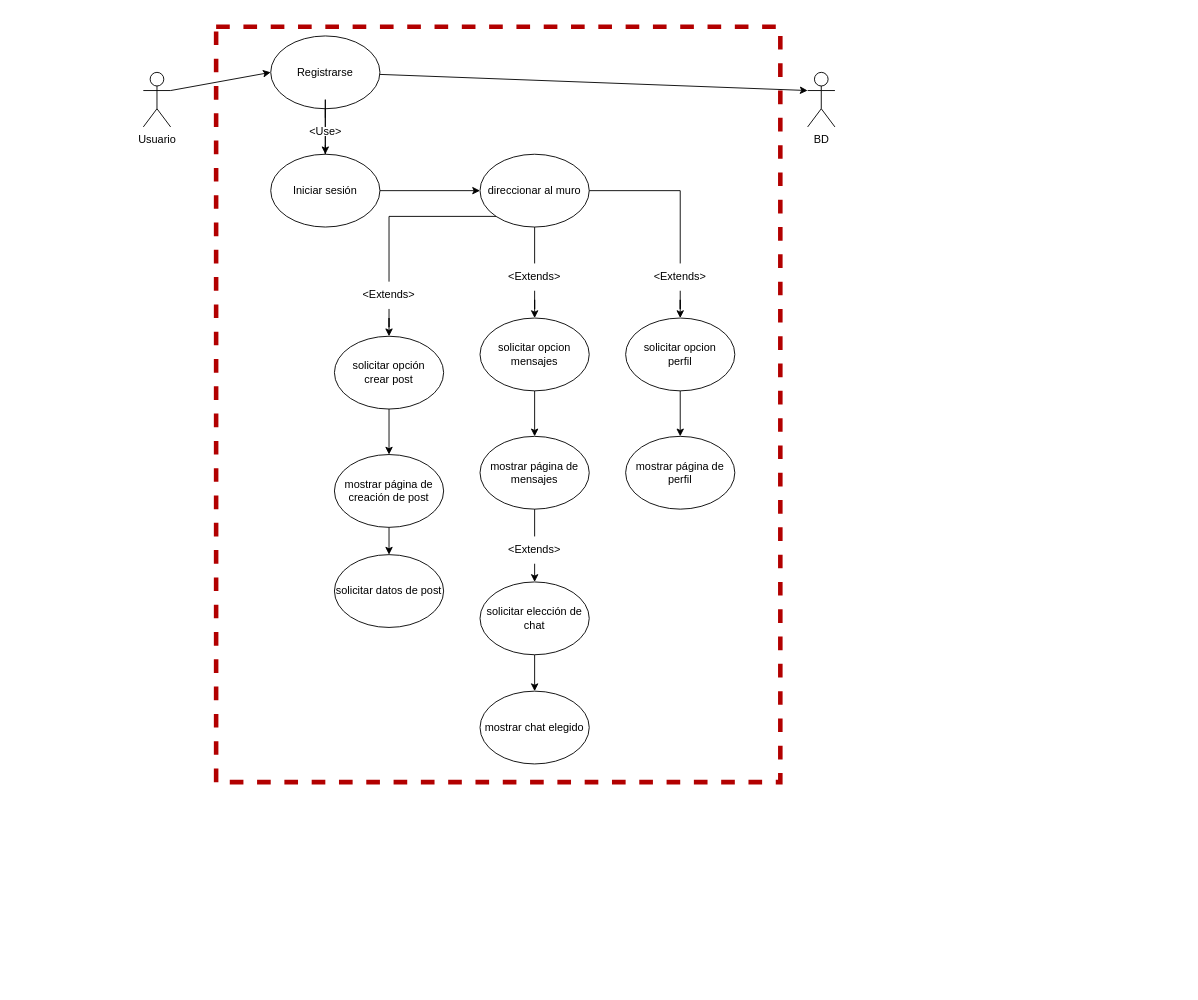
chispamaya/Tecnologia-SoftLution-CO- keeps this draw.io diagram as CASO DE USO Tecnologia.drawio. Above is the earlier version. Source tidied: cells renumbered, new cells numbered last; positions are measured from the earlier drawing's top-left corner, leaving out a move shared by most shapes. Both pictures are drawn from the tidied source at 91%, with x=0, y=0 at pixel (143, 26).
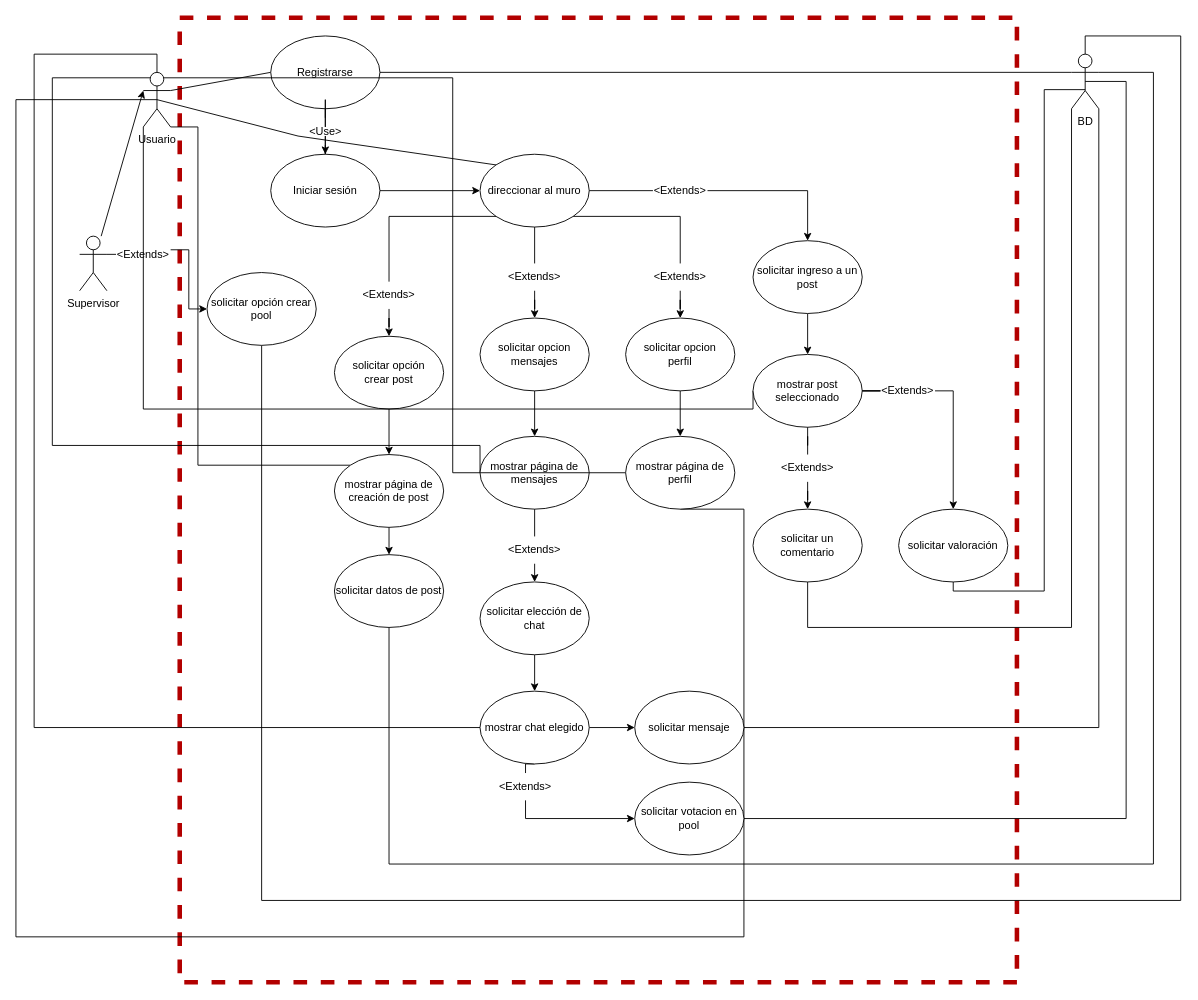
The same diagram, later.

Unchanged cells that the change refers to:
```xml
<mxCell id="3" value="Usuario" style="shape=umlActor;verticalLabelPosition=bottom;verticalAlign=top;html=1;outlineConnect=0;" parent="1" vertex="1">
  <mxGeometry y="50" width="30" height="60" as="geometry" />
</mxCell>
<mxCell id="6" value="Registrarse" style="ellipse;whiteSpace=wrap;html=1;" parent="1" vertex="1">
  <mxGeometry x="140" y="10" width="120" height="80" as="geometry" />
</mxCell>
<mxCell id="13" value="direccionar al muro" style="ellipse;whiteSpace=wrap;html=1;" parent="1" vertex="1">
  <mxGeometry x="370" y="140" width="120" height="80" as="geometry" />
</mxCell>
<mxCell id="23" value="&amp;lt;Extends&amp;gt;" style="text;html=1;strokeColor=none;fillColor=none;align=center;verticalAlign=middle;whiteSpace=wrap;rounded=0;" parent="1" vertex="1">
  <mxGeometry x="560" y="260" width="60" height="30" as="geometry" />
</mxCell>
<mxCell id="30" value="mostrar página de creación de post" style="ellipse;whiteSpace=wrap;html=1;" parent="1" vertex="1">
  <mxGeometry x="210" y="470" width="120" height="80" as="geometry" />
</mxCell>
<mxCell id="31" value="solicitar datos de post" style="ellipse;whiteSpace=wrap;html=1;" parent="1" vertex="1">
  <mxGeometry x="210" y="580" width="120" height="80" as="geometry" />
</mxCell>
<mxCell id="33" value="mostrar página de mensajes" style="ellipse;whiteSpace=wrap;html=1;" parent="1" vertex="1">
  <mxGeometry x="370" y="450" width="120" height="80" as="geometry" />
</mxCell>
<mxCell id="38" value="mostrar chat elegido" style="ellipse;whiteSpace=wrap;html=1;" parent="1" vertex="1">
  <mxGeometry x="370" y="730" width="120" height="80" as="geometry" />
</mxCell>
<mxCell id="39" value="mostrar página de perfil" style="ellipse;whiteSpace=wrap;html=1;" parent="1" vertex="1">
  <mxGeometry x="530" y="450" width="120" height="80" as="geometry" />
</mxCell>
```

The edit, as a diff of the source:
```diff
@@
+    <mxCell id="14" style="rounded=0;whiteSpace=wrap;html=1;fillColor=none;dashed=1;strokeColor=#B20000;fontColor=#ffffff;strokeWidth=5;" parent="1" vertex="1">
+      <mxGeometry x="40" y="-10" width="920" height="1060" as="geometry" />
+    </mxCell>
-    <mxCell id="2" style="rounded=0;jettySize=auto;html=1;exitX=1;exitY=0.3333333333333333;exitDx=0;exitDy=0;exitPerimeter=0;entryX=0;entryY=0.5;entryDx=0;entryDy=0;" parent="1" edge="1" source="3" target="6">
+    <mxCell id="2" style="rounded=0;jettySize=auto;html=1;exitX=1;exitY=0.3333333333333333;exitDx=0;exitDy=0;exitPerimeter=0;entryX=0;entryY=0.5;entryDx=0;entryDy=0;endArrow=none;endFill=0;" parent="1" edge="1" source="3" target="6">
       <mxGeometry relative="1" as="geometry" />
     </mxCell>
@@
-    <mxCell id="5" style="rounded=0;jettySize=auto;html=1;entryX=0;entryY=0.3333333333333333;entryDx=0;entryDy=0;entryPerimeter=0;" parent="1" edge="1" source="6" target="11">
+    <mxCell id="5" style="rounded=0;jettySize=auto;html=1;entryX=0;entryY=0.3333333333333333;entryDx=0;entryDy=0;entryPerimeter=0;endArrow=none;endFill=0;" parent="1" edge="1" source="6" target="11">
       <mxGeometry relative="1" as="geometry" />
     </mxCell>
@@
     <mxCell id="11" value="BD" style="shape=umlActor;verticalLabelPosition=bottom;verticalAlign=top;html=1;outlineConnect=0;" parent="1" vertex="1">
-      <mxGeometry x="730" y="50" width="30" height="60" as="geometry" />
+      <mxGeometry x="1020" y="30" width="30" height="60" as="geometry" />
     </mxCell>
@@
+    <mxCell id="40" style="edgeStyle=orthogonalEdgeStyle;rounded=0;jettySize=auto;html=1;exitX=1;exitY=0.5;exitDx=0;exitDy=0;entryX=0.5;entryY=0;entryDx=0;entryDy=0;" parent="1" edge="1" source="56" target="54">
+      <mxGeometry relative="1" as="geometry" />
+    </mxCell>
+    <mxCell id="41" style="rounded=0;jettySize=auto;html=1;exitX=0;exitY=0;exitDx=0;exitDy=0;entryX=0.5;entryY=0.5;entryDx=0;entryDy=0;entryPerimeter=0;endArrow=none;endFill=0;" parent="1" edge="1" source="13" target="3">
+      <mxGeometry relative="1" as="geometry">
+        <Array as="points">
+          <mxPoint x="170" y="120" />
+        </Array>
+      </mxGeometry>
+    </mxCell>
@@
-    <mxCell id="14" style="rounded=0;whiteSpace=wrap;html=1;fillColor=none;dashed=1;strokeColor=#B20000;fontColor=#ffffff;strokeWidth=5;" parent="1" vertex="1">
-      <mxGeometry x="80" width="620" height="830" as="geometry" />
-    </mxCell>
@@
-    <mxCell id="22" style="edgeStyle=orthogonalEdgeStyle;rounded=0;jettySize=auto;html=1;exitX=1;exitY=0.5;exitDx=0;exitDy=0;endArrow=none;endFill=0;" parent="1" edge="1" source="13" target="23">
+    <mxCell id="22" style="edgeStyle=orthogonalEdgeStyle;rounded=0;jettySize=auto;html=1;exitX=1;exitY=1;exitDx=0;exitDy=0;endArrow=none;endFill=0;" parent="1" edge="1" source="13" target="23">
       <mxGeometry relative="1" as="geometry" />
     </mxCell>
@@
+    <mxCell id="42" style="edgeStyle=orthogonalEdgeStyle;rounded=0;jettySize=auto;html=1;exitX=0;exitY=0;exitDx=0;exitDy=0;entryX=1;entryY=1;entryDx=0;entryDy=0;entryPerimeter=0;endArrow=none;endFill=0;" parent="1" edge="1" source="30" target="3">
+      <mxGeometry relative="1" as="geometry">
+        <Array as="points">
+          <mxPoint x="60" y="482" />
+          <mxPoint x="60" y="110" />
+        </Array>
+      </mxGeometry>
+    </mxCell>
@@
+    <mxCell id="43" style="edgeStyle=orthogonalEdgeStyle;rounded=0;jettySize=auto;html=1;exitX=0.5;exitY=1;exitDx=0;exitDy=0;entryX=1;entryY=0.3333333333333333;entryDx=0;entryDy=0;entryPerimeter=0;endArrow=none;endFill=0;" parent="1" edge="1" source="31" target="11">
+      <mxGeometry relative="1" as="geometry">
+        <Array as="points">
+          <mxPoint x="270" y="920" />
+          <mxPoint x="1110" y="920" />
+          <mxPoint x="1110" y="50" />
+        </Array>
+      </mxGeometry>
+    </mxCell>
@@
+    <mxCell id="44" style="edgeStyle=orthogonalEdgeStyle;rounded=0;jettySize=auto;html=1;exitX=0;exitY=0.5;exitDx=0;exitDy=0;entryX=0.25;entryY=0.1;entryDx=0;entryDy=0;entryPerimeter=0;endArrow=none;endFill=0;" parent="1" edge="1" source="33" target="3">
+      <mxGeometry relative="1" as="geometry">
+        <Array as="points">
+          <mxPoint x="370" y="460" />
+          <mxPoint x="-100" y="460" />
+          <mxPoint x="-100" y="56" />
+        </Array>
+      </mxGeometry>
+    </mxCell>
@@
+    <mxCell id="45" style="edgeStyle=orthogonalEdgeStyle;rounded=0;jettySize=auto;html=1;exitX=1;exitY=0.5;exitDx=0;exitDy=0;" parent="1" edge="1" source="38" target="52">
+      <mxGeometry relative="1" as="geometry" />
+    </mxCell>
+    <mxCell id="46" style="edgeStyle=orthogonalEdgeStyle;rounded=0;jettySize=auto;html=1;exitX=0.5;exitY=1;exitDx=0;exitDy=0;entryX=0;entryY=0.5;entryDx=0;entryDy=0;" parent="1" edge="1" source="71" target="70">
+      <mxGeometry relative="1" as="geometry" />
+    </mxCell>
+    <mxCell id="47" style="edgeStyle=orthogonalEdgeStyle;rounded=0;jettySize=auto;html=1;exitX=0.5;exitY=1;exitDx=0;exitDy=0;entryX=0.5;entryY=0;entryDx=0;entryDy=0;endArrow=none;endFill=0;" parent="1" edge="1" source="38" target="71">
+      <mxGeometry relative="1" as="geometry" />
+    </mxCell>
+    <mxCell id="48" style="edgeStyle=orthogonalEdgeStyle;rounded=0;jettySize=auto;html=1;exitX=0;exitY=0.5;exitDx=0;exitDy=0;entryX=0.5;entryY=0;entryDx=0;entryDy=0;entryPerimeter=0;endArrow=none;endFill=0;" parent="1" edge="1" source="38" target="3">
+      <mxGeometry relative="1" as="geometry">
+        <Array as="points">
+          <mxPoint x="-120" y="770" />
+          <mxPoint x="-120" y="30" />
+          <mxPoint x="15" y="30" />
+        </Array>
+      </mxGeometry>
+    </mxCell>
@@
+    <mxCell id="49" style="edgeStyle=orthogonalEdgeStyle;rounded=0;jettySize=auto;html=1;exitX=0.5;exitY=1;exitDx=0;exitDy=0;entryX=0.5;entryY=0.5;entryDx=0;entryDy=0;entryPerimeter=0;endArrow=none;endFill=0;" parent="1" edge="1" source="39" target="3">
+      <mxGeometry relative="1" as="geometry">
+        <Array as="points">
+          <mxPoint x="660" y="530" />
+          <mxPoint x="660" y="1000" />
+          <mxPoint x="-140" y="1000" />
+          <mxPoint x="-140" y="80" />
+        </Array>
+      </mxGeometry>
+    </mxCell>
+    <mxCell id="50" style="edgeStyle=orthogonalEdgeStyle;rounded=0;jettySize=auto;html=1;exitX=0;exitY=0.5;exitDx=0;exitDy=0;entryX=0.75;entryY=0.1;entryDx=0;entryDy=0;entryPerimeter=0;endArrow=none;endFill=0;" parent="1" edge="1" source="39" target="3">
+      <mxGeometry relative="1" as="geometry">
+        <Array as="points">
+          <mxPoint x="340" y="490" />
+          <mxPoint x="340" y="56" />
+        </Array>
+      </mxGeometry>
+    </mxCell>
@@
+    <mxCell id="51" style="edgeStyle=orthogonalEdgeStyle;rounded=0;jettySize=auto;html=1;exitX=1;exitY=0.5;exitDx=0;exitDy=0;entryX=1;entryY=1;entryDx=0;entryDy=0;entryPerimeter=0;endArrow=none;endFill=0;" parent="1" edge="1" source="52" target="11">
+      <mxGeometry relative="1" as="geometry" />
+    </mxCell>
+    <mxCell id="52" value="solicitar mensaje" style="ellipse;whiteSpace=wrap;html=1;" parent="1" vertex="1">
+      <mxGeometry x="540" y="730" width="120" height="80" as="geometry" />
+    </mxCell>
+    <mxCell id="53" style="edgeStyle=orthogonalEdgeStyle;rounded=0;jettySize=auto;html=1;exitX=0.5;exitY=1;exitDx=0;exitDy=0;" parent="1" edge="1" source="54" target="60">
+      <mxGeometry relative="1" as="geometry" />
+    </mxCell>
+    <mxCell id="54" value="solicitar ingreso a un post" style="ellipse;whiteSpace=wrap;html=1;" parent="1" vertex="1">
+      <mxGeometry x="670" y="235" width="120" height="80" as="geometry" />
+    </mxCell>
+    <mxCell id="55" style="edgeStyle=orthogonalEdgeStyle;rounded=0;jettySize=auto;html=1;exitX=1;exitY=0.5;exitDx=0;exitDy=0;entryX=0;entryY=0.5;entryDx=0;entryDy=0;endArrow=none;endFill=0;" parent="1" edge="1" source="13" target="56">
+      <mxGeometry relative="1" as="geometry" />
+    </mxCell>
+    <mxCell id="56" value="&amp;lt;Extends&amp;gt;" style="text;html=1;strokeColor=none;fillColor=none;align=center;verticalAlign=middle;whiteSpace=wrap;rounded=0;" parent="1" vertex="1">
+      <mxGeometry x="560" y="165" width="60" height="30" as="geometry" />
+    </mxCell>
+    <mxCell id="57" style="edgeStyle=orthogonalEdgeStyle;rounded=0;jettySize=auto;html=1;exitX=0.5;exitY=1;exitDx=0;exitDy=0;" parent="1" edge="1" source="66" target="62">
+      <mxGeometry relative="1" as="geometry" />
+    </mxCell>
+    <mxCell id="58" style="edgeStyle=orthogonalEdgeStyle;rounded=0;jettySize=auto;html=1;exitX=1;exitY=0.5;exitDx=0;exitDy=0;" parent="1" edge="1" source="68" target="64">
+      <mxGeometry relative="1" as="geometry" />
+    </mxCell>
+    <mxCell id="59" style="edgeStyle=orthogonalEdgeStyle;rounded=0;jettySize=auto;html=1;exitX=0;exitY=0.5;exitDx=0;exitDy=0;entryX=0;entryY=1;entryDx=0;entryDy=0;entryPerimeter=0;endArrow=none;endFill=0;" parent="1" edge="1" source="60" target="3">
+      <mxGeometry relative="1" as="geometry">
+        <Array as="points">
+          <mxPoint x="670" y="420" />
+          <mxPoint y="420" />
+        </Array>
+      </mxGeometry>
+    </mxCell>
+    <mxCell id="60" value="mostrar post seleccionado" style="ellipse;whiteSpace=wrap;html=1;" parent="1" vertex="1">
+      <mxGeometry x="670" y="360" width="120" height="80" as="geometry" />
+    </mxCell>
+    <mxCell id="61" style="edgeStyle=orthogonalEdgeStyle;rounded=0;jettySize=auto;html=1;exitX=0.5;exitY=1;exitDx=0;exitDy=0;entryX=0;entryY=1;entryDx=0;entryDy=0;entryPerimeter=0;endArrow=none;endFill=0;" parent="1" edge="1" source="62" target="11">
+      <mxGeometry relative="1" as="geometry">
+        <Array as="points">
+          <mxPoint x="730" y="660" />
+          <mxPoint x="1020" y="660" />
+        </Array>
+      </mxGeometry>
+    </mxCell>
+    <mxCell id="62" value="solicitar un comentario" style="ellipse;whiteSpace=wrap;html=1;" parent="1" vertex="1">
+      <mxGeometry x="670" y="530" width="120" height="80" as="geometry" />
+    </mxCell>
+    <mxCell id="63" style="edgeStyle=orthogonalEdgeStyle;rounded=0;jettySize=auto;html=1;exitX=0.5;exitY=1;exitDx=0;exitDy=0;entryX=0.5;entryY=0.65;entryDx=0;entryDy=0;entryPerimeter=0;endArrow=none;endFill=0;" parent="1" edge="1" source="64" target="11">
+      <mxGeometry relative="1" as="geometry">
+        <Array as="points">
+          <mxPoint x="890" y="620" />
+          <mxPoint x="990" y="620" />
+          <mxPoint x="990" y="69" />
+        </Array>
+      </mxGeometry>
+    </mxCell>
+    <mxCell id="64" value="solicitar valoración" style="ellipse;whiteSpace=wrap;html=1;" parent="1" vertex="1">
+      <mxGeometry x="830" y="530" width="120" height="80" as="geometry" />
+    </mxCell>
+    <mxCell id="65" style="edgeStyle=orthogonalEdgeStyle;rounded=0;jettySize=auto;html=1;exitX=0.5;exitY=1;exitDx=0;exitDy=0;endArrow=none;endFill=0;" parent="1" edge="1" source="60" target="66">
+      <mxGeometry relative="1" as="geometry" />
+    </mxCell>
+    <mxCell id="66" value="&amp;lt;Extends&amp;gt;" style="text;html=1;strokeColor=none;fillColor=none;align=center;verticalAlign=middle;whiteSpace=wrap;rounded=0;" parent="1" vertex="1">
+      <mxGeometry x="700" y="470" width="60" height="30" as="geometry" />
+    </mxCell>
+    <mxCell id="67" style="edgeStyle=orthogonalEdgeStyle;rounded=0;jettySize=auto;html=1;exitX=1;exitY=0.5;exitDx=0;exitDy=0;endArrow=none;endFill=0;" parent="1" edge="1" source="60" target="68">
+      <mxGeometry relative="1" as="geometry" />
+    </mxCell>
+    <mxCell id="68" value="&amp;lt;Extends&amp;gt;" style="text;html=1;strokeColor=none;fillColor=none;align=center;verticalAlign=middle;whiteSpace=wrap;rounded=0;" parent="1" vertex="1">
+      <mxGeometry x="810" y="385" width="60" height="30" as="geometry" />
+    </mxCell>
+    <mxCell id="69" style="edgeStyle=orthogonalEdgeStyle;rounded=0;jettySize=auto;html=1;exitX=1;exitY=0.5;exitDx=0;exitDy=0;entryX=0.5;entryY=0.5;entryDx=0;entryDy=0;entryPerimeter=0;endArrow=none;endFill=0;" parent="1" edge="1" source="70" target="11">
+      <mxGeometry relative="1" as="geometry">
+        <Array as="points">
+          <mxPoint x="1080" y="870" />
+          <mxPoint x="1080" y="60" />
+        </Array>
+      </mxGeometry>
+    </mxCell>
+    <mxCell id="70" value="solicitar votacion en pool" style="ellipse;whiteSpace=wrap;html=1;" parent="1" vertex="1">
+      <mxGeometry x="540" y="830" width="120" height="80" as="geometry" />
+    </mxCell>
+    <mxCell id="71" value="&amp;lt;Extends&amp;gt;" style="text;html=1;strokeColor=none;fillColor=none;align=center;verticalAlign=middle;whiteSpace=wrap;rounded=0;" parent="1" vertex="1">
+      <mxGeometry x="390" y="820" width="60" height="30" as="geometry" />
+    </mxCell>
+    <mxCell id="72" style="rounded=0;jettySize=auto;html=1;entryX=0;entryY=0.3333333333333333;entryDx=0;entryDy=0;entryPerimeter=0;" parent="1" edge="1" source="74" target="3">
+      <mxGeometry relative="1" as="geometry" />
+    </mxCell>
+    <mxCell id="73" style="edgeStyle=orthogonalEdgeStyle;rounded=0;jettySize=auto;html=1;exitX=1;exitY=0.3333333333333333;exitDx=0;exitDy=0;exitPerimeter=0;entryX=0;entryY=0.5;entryDx=0;entryDy=0;" parent="1" edge="1" source="78" target="76">
+      <mxGeometry relative="1" as="geometry" />
+    </mxCell>
+    <mxCell id="74" value="Supervisor" style="shape=umlActor;verticalLabelPosition=bottom;verticalAlign=top;html=1;outlineConnect=0;" parent="1" vertex="1">
+      <mxGeometry x="-70" y="230" width="30" height="60" as="geometry" />
+    </mxCell>
+    <mxCell id="75" style="edgeStyle=orthogonalEdgeStyle;rounded=0;jettySize=auto;html=1;exitX=0.5;exitY=1;exitDx=0;exitDy=0;entryX=0.5;entryY=0;entryDx=0;entryDy=0;entryPerimeter=0;endArrow=none;endFill=0;" parent="1" edge="1" source="76" target="11">
+      <mxGeometry relative="1" as="geometry">
+        <Array as="points">
+          <mxPoint x="130" y="960" />
+          <mxPoint x="1140" y="960" />
+          <mxPoint x="1140" y="10" />
+          <mxPoint x="1035" y="10" />
+        </Array>
+      </mxGeometry>
+    </mxCell>
+    <mxCell id="76" value="solicitar opción crear pool" style="ellipse;whiteSpace=wrap;html=1;" parent="1" vertex="1">
+      <mxGeometry x="70" y="270" width="120" height="80" as="geometry" />
+    </mxCell>
+    <mxCell id="77" style="edgeStyle=orthogonalEdgeStyle;rounded=0;jettySize=auto;html=1;exitX=1;exitY=0.3333333333333333;exitDx=0;exitDy=0;exitPerimeter=0;entryX=0;entryY=0.5;entryDx=0;entryDy=0;endArrow=none;endFill=0;" parent="1" edge="1" source="74" target="78">
+      <mxGeometry relative="1" as="geometry" />
+    </mxCell>
+    <mxCell id="78" value="&amp;lt;Extends&amp;gt;" style="text;html=1;strokeColor=none;fillColor=none;align=center;verticalAlign=middle;whiteSpace=wrap;rounded=0;" parent="1" vertex="1">
+      <mxGeometry x="-30" y="235" width="60" height="30" as="geometry" />
+    </mxCell>
```
